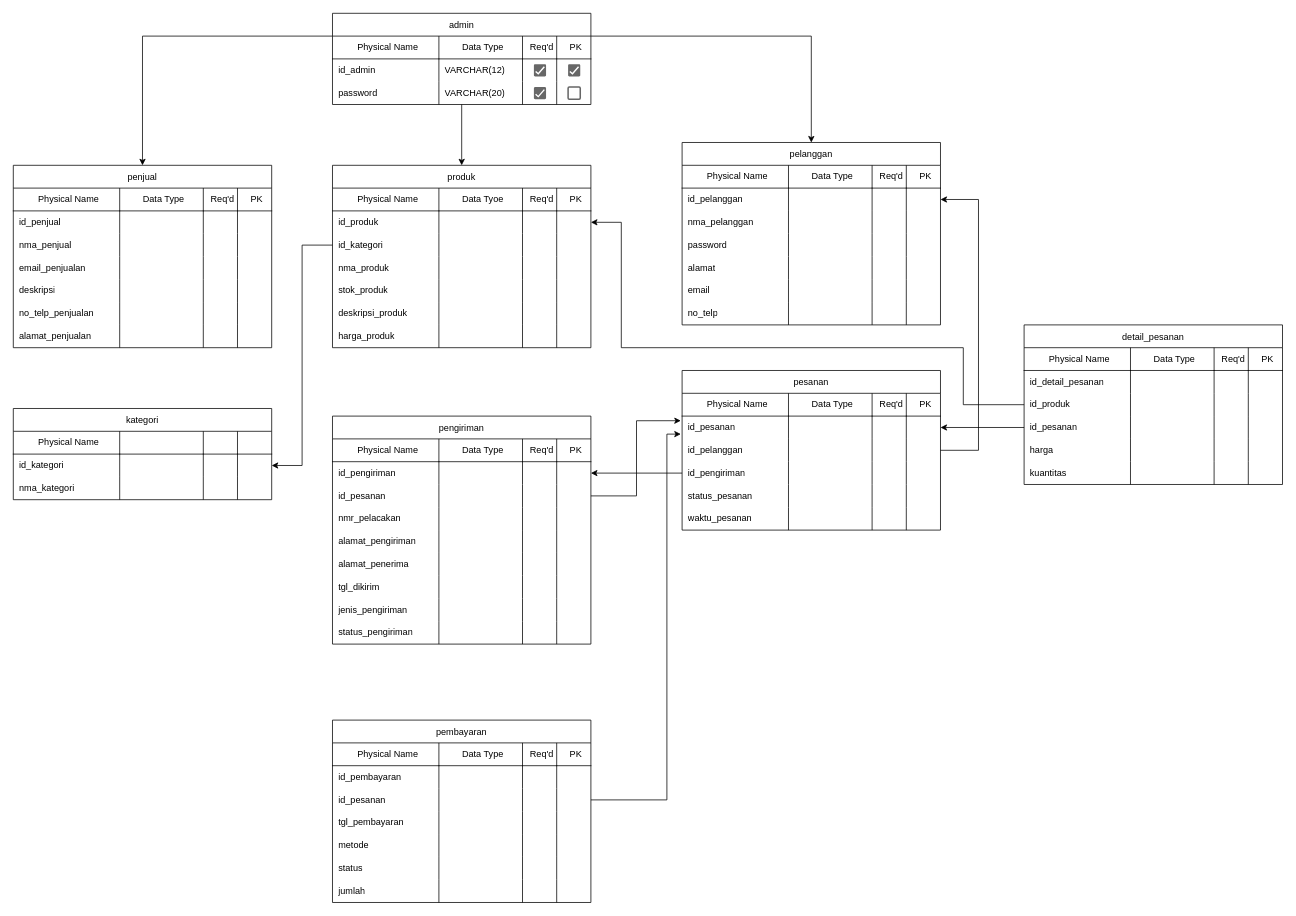
vinnnna/sistem-basis-data keeps this draw.io diagram as e-commerce_pdm.drawio. Above is the earlier version. Source tidied: cells renumbered, new cells numbered last; positions are measured from the earlier drawing's top-left corner, leaving out a move shared by most shapes. Both pictures are drawn from the tidied source at 76%, with x=0, y=0 at pixel (13, 13).
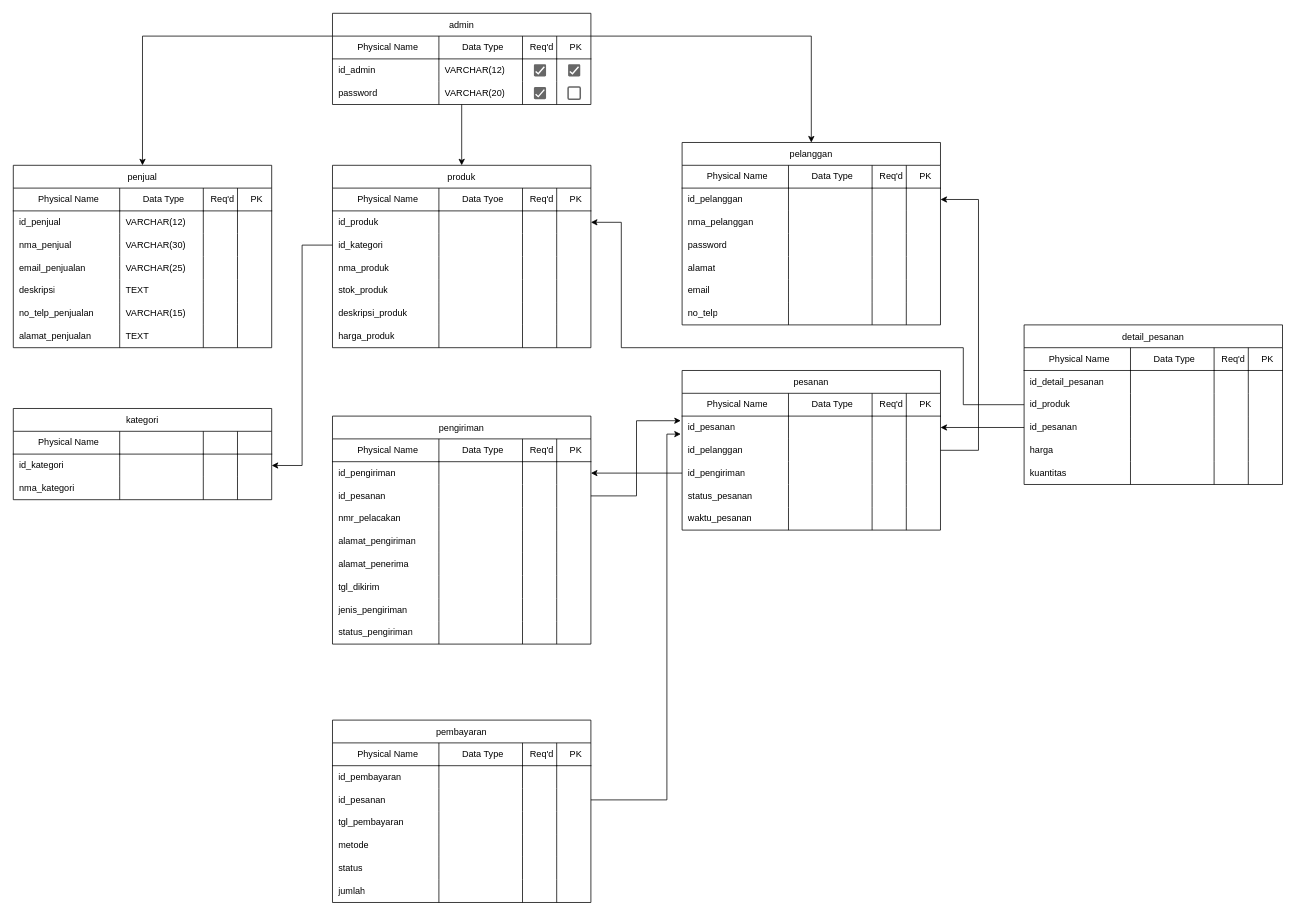
After the change.

Unchanged cells that the change refers to:
```xml
<mxCell id="8" style="shape=tableRow;horizontal=0;startSize=0;swimlaneHead=0;swimlaneBody=0;top=0;left=0;bottom=0;right=0;fillColor=none;strokeColor=inherit;fontSize=12;" parent="2" vertex="1">
  <mxGeometry y="60" width="340" height="30" as="geometry" />
</mxCell>
<mxCell id="13" style="shape=tableRow;horizontal=0;startSize=0;swimlaneHead=0;swimlaneBody=0;top=0;left=0;bottom=0;right=0;fillColor=none;strokeColor=inherit;fontSize=12;" parent="2" vertex="1">
  <mxGeometry y="90" width="340" height="30" as="geometry" />
</mxCell>
<mxCell id="18" style="shape=tableRow;horizontal=0;startSize=0;swimlaneHead=0;swimlaneBody=0;top=0;left=0;bottom=0;right=0;fillColor=none;strokeColor=inherit;fontSize=12;" parent="2" vertex="1">
  <mxGeometry y="120" width="340" height="30" as="geometry" />
</mxCell>
<mxCell id="23" style="shape=tableRow;horizontal=0;startSize=0;swimlaneHead=0;swimlaneBody=0;top=0;left=0;bottom=0;right=0;fillColor=none;strokeColor=inherit;fontSize=12;" parent="2" vertex="1">
  <mxGeometry y="150" width="340" height="30" as="geometry" />
</mxCell>
<mxCell id="28" style="shape=tableRow;horizontal=0;startSize=0;swimlaneHead=0;swimlaneBody=0;top=0;left=0;bottom=0;right=0;fillColor=none;strokeColor=inherit;fontSize=12;" parent="2" vertex="1">
  <mxGeometry y="180" width="340" height="30" as="geometry" />
</mxCell>
<mxCell id="33" style="shape=tableRow;horizontal=0;startSize=0;swimlaneHead=0;swimlaneBody=0;top=0;left=0;bottom=0;right=0;fillColor=none;strokeColor=inherit;fontSize=12;" parent="2" vertex="1">
  <mxGeometry y="210" width="340" height="30" as="geometry" />
</mxCell>
```

Change to the diagram source:
```diff
@@
-    <mxCell id="10" style="shape=partialRectangle;html=1;whiteSpace=wrap;fillColor=none;top=0;left=0;bottom=0;right=0;align=left;spacingLeft=6;overflow=hidden;strokeColor=inherit;fontSize=12;strokeWidth=1;" parent="8" vertex="1">
+    <mxCell id="10" value="VARCHAR(12)" style="shape=partialRectangle;html=1;whiteSpace=wrap;fillColor=none;top=0;left=0;bottom=0;right=0;align=left;spacingLeft=6;overflow=hidden;strokeColor=inherit;fontSize=12;strokeWidth=1;" parent="8" vertex="1">
       <mxGeometry x="140" width="110" height="30" as="geometry" />
     </mxCell>
@@
-    <mxCell id="15" style="shape=partialRectangle;html=1;whiteSpace=wrap;fillColor=none;top=0;left=0;bottom=0;right=0;align=left;spacingLeft=6;overflow=hidden;strokeColor=inherit;fontSize=12;" parent="13" vertex="1">
+    <mxCell id="15" value="VARCHAR(30)" style="shape=partialRectangle;html=1;whiteSpace=wrap;fillColor=none;top=0;left=0;bottom=0;right=0;align=left;spacingLeft=6;overflow=hidden;strokeColor=inherit;fontSize=12;" parent="13" vertex="1">
       <mxGeometry x="140" width="110" height="30" as="geometry" />
     </mxCell>
@@
-    <mxCell id="20" style="shape=partialRectangle;html=1;whiteSpace=wrap;fillColor=none;top=0;left=0;bottom=0;right=0;align=left;spacingLeft=6;overflow=hidden;strokeColor=inherit;fontSize=12;" parent="18" vertex="1">
+    <mxCell id="20" value="VARCHAR(25)" style="shape=partialRectangle;html=1;whiteSpace=wrap;fillColor=none;top=0;left=0;bottom=0;right=0;align=left;spacingLeft=6;overflow=hidden;strokeColor=inherit;fontSize=12;" parent="18" vertex="1">
       <mxGeometry x="140" width="110" height="30" as="geometry" />
     </mxCell>
@@
-    <mxCell id="25" style="shape=partialRectangle;html=1;whiteSpace=wrap;fillColor=none;top=0;left=0;bottom=0;right=0;align=left;spacingLeft=6;overflow=hidden;strokeColor=inherit;fontSize=12;" parent="23" vertex="1">
+    <mxCell id="25" value="TEXT" style="shape=partialRectangle;html=1;whiteSpace=wrap;fillColor=none;top=0;left=0;bottom=0;right=0;align=left;spacingLeft=6;overflow=hidden;strokeColor=inherit;fontSize=12;" parent="23" vertex="1">
       <mxGeometry x="140" width="110" height="30" as="geometry" />
     </mxCell>
@@
-    <mxCell id="30" style="shape=partialRectangle;html=1;whiteSpace=wrap;fillColor=none;top=0;left=0;bottom=0;right=0;align=left;spacingLeft=6;overflow=hidden;strokeColor=inherit;fontSize=12;" parent="28" vertex="1">
+    <mxCell id="30" value="VARCHAR(15)" style="shape=partialRectangle;html=1;whiteSpace=wrap;fillColor=none;top=0;left=0;bottom=0;right=0;align=left;spacingLeft=6;overflow=hidden;strokeColor=inherit;fontSize=12;" parent="28" vertex="1">
       <mxGeometry x="140" width="110" height="30" as="geometry" />
     </mxCell>
@@
-    <mxCell id="35" style="shape=partialRectangle;html=1;whiteSpace=wrap;fillColor=none;top=0;left=0;bottom=0;right=0;align=left;spacingLeft=6;overflow=hidden;strokeColor=inherit;fontSize=12;" parent="33" vertex="1">
+    <mxCell id="35" value="TEXT" style="shape=partialRectangle;html=1;whiteSpace=wrap;fillColor=none;top=0;left=0;bottom=0;right=0;align=left;spacingLeft=6;overflow=hidden;strokeColor=inherit;fontSize=12;" parent="33" vertex="1">
       <mxGeometry x="140" width="110" height="30" as="geometry" />
     </mxCell>
```
